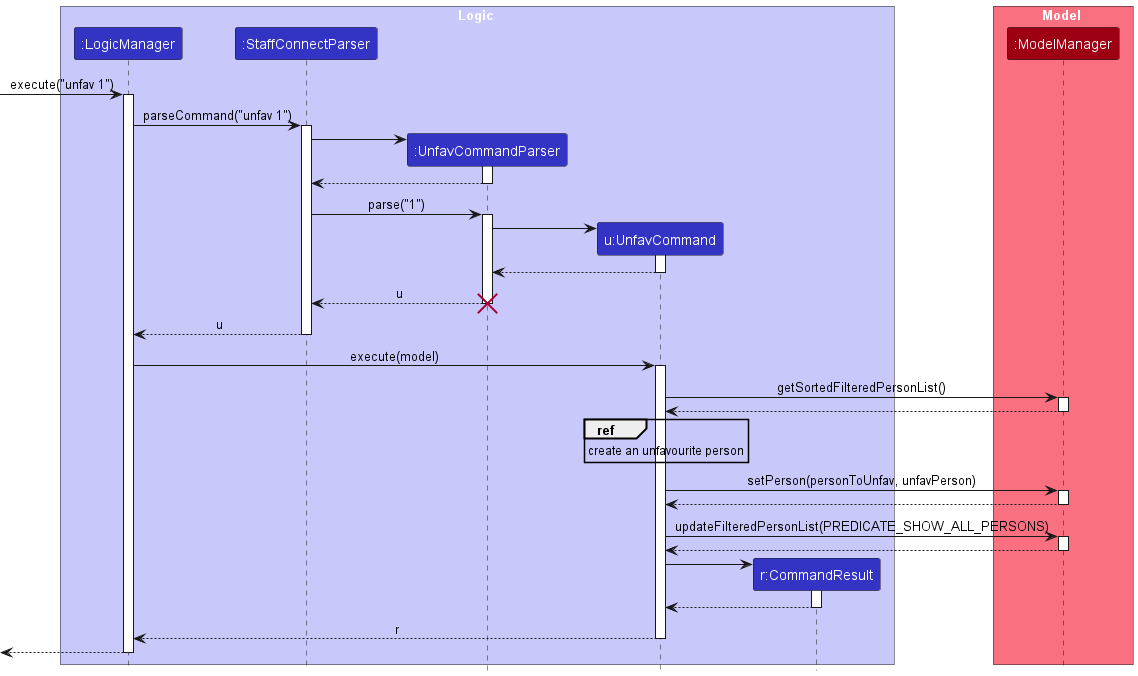
This is docs/images/UnfavSequenceDiagram.png from whitesnowx/tp, a PlantUML export, as it was before one commit. Its source is kept beside it as docs/diagrams/UnfavSequenceDiagram.puml.
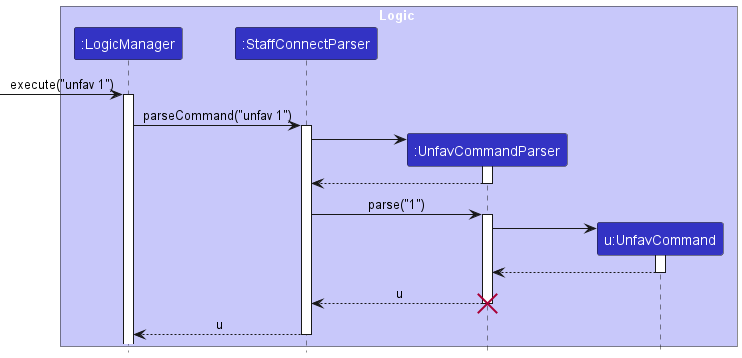
Above is the later version.

Commit message:
Modify `unfav` diagram into smaller fragments

Diff of the diagram source:
```diff
@@ -7,11 +7,6 @@
 participant ":StaffConnectParser" as StaffConnectParser LOGIC_COLOR
 participant ":UnfavCommandParser" as UnfavCommandParser LOGIC_COLOR
 participant "u:UnfavCommand" as UnfavCommand LOGIC_COLOR
-participant "r:CommandResult" as CommandResult LOGIC_COLOR
-end box
-
-box Model MODEL_COLOR_T1
-participant ":ModelManager" as Model MODEL_COLOR
 end box
 
 [-> LogicManager : execute("unfav 1")
@@ -38,28 +33,4 @@
 destroy UnfavCommandParser
 return u
 
-LogicManager -> UnfavCommand : execute(model)
-activate UnfavCommand
-
-UnfavCommand -> Model : getSortedFilteredPersonList()
-activate Model
-return
-
-ref over UnfavCommand : create an unfavourite person
-
-UnfavCommand -> Model : setPerson(personToUnfav, unfavPerson)
-activate Model
-return
-
-UnfavCommand -> Model : updateFilteredPersonList(PREDICATE_SHOW_ALL_PERSONS)
-activate Model
-return
-
-create CommandResult
-UnfavCommand -> CommandResult++
-return
-
-return r
-return
-
 @enduml
```
